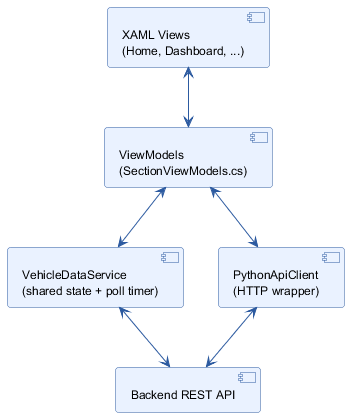
Before: thesis/diagrams/architecture_frontend.png, a diagram exported from PlantUML (mootazkraiem/DiagTool). The source it was exported from:
```plantuml
@startuml
skinparam backgroundColor white
skinparam defaultFontName Helvetica
skinparam defaultFontSize 12
skinparam shadowing false
skinparam roundcorner 6
skinparam component {
  BackgroundColor #EAF2FF
  BorderColor #2C5AA0
  ArrowColor #2C5AA0
}

component "XAML Views\n(Home, Dashboard, ...)" as Views
component "ViewModels\n(SectionViewModels.cs)" as VMs
component "VehicleDataService\n(shared state + poll timer)" as VDS
component "PythonApiClient\n(HTTP wrapper)" as API
component "Backend REST API" as Backend

Views <--> VMs
VMs <--> VDS
VMs <--> API
VDS <--> Backend
API <--> Backend
@enduml
```
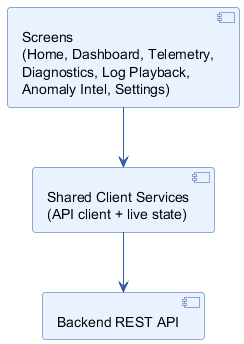
The same file after the commit.

The edit, as a diff of the source:
```diff
@@ -1,7 +1,7 @@
 @startuml
 skinparam backgroundColor white
 skinparam defaultFontName Helvetica
-skinparam defaultFontSize 12
+skinparam defaultFontSize 14
 skinparam shadowing false
 skinparam roundcorner 6
 skinparam component {
@@ -10,15 +10,10 @@
   ArrowColor #2C5AA0
 }
 
-component "XAML Views\n(Home, Dashboard, ...)" as Views
-component "ViewModels\n(SectionViewModels.cs)" as VMs
-component "VehicleDataService\n(shared state + poll timer)" as VDS
-component "PythonApiClient\n(HTTP wrapper)" as API
+component "Screens\n(Home, Dashboard, Telemetry,\nDiagnostics, Log Playback,\nAnomaly Intel, Settings)" as Screens
+component "Shared Client Services\n(API client + live state)" as Services
 component "Backend REST API" as Backend
 
-Views <--> VMs
-VMs <--> VDS
-VMs <--> API
-VDS <--> Backend
-API <--> Backend
+Screens --> Services
+Services --> Backend
 @enduml
```
